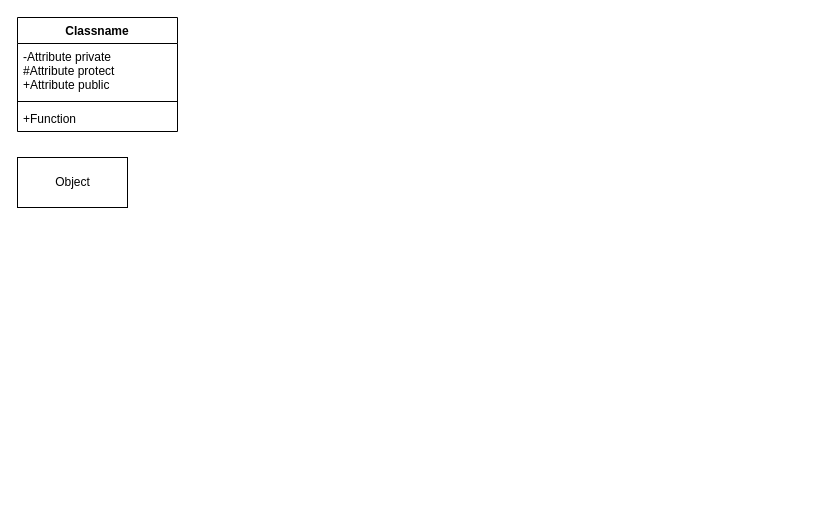
Earlier version of the draw.io diagram page "Class diagram" (2 of 2) of Untitled Diagram.drawio (SathapatS/test). Source tidied: cells renumbered, new cells numbered last; positions are measured from the earlier drawing's top-left corner, leaving out a move shared by most shapes. Both pictures are drawn from the tidied source at 100%, with x=0, y=0 at pixel (17, 17).
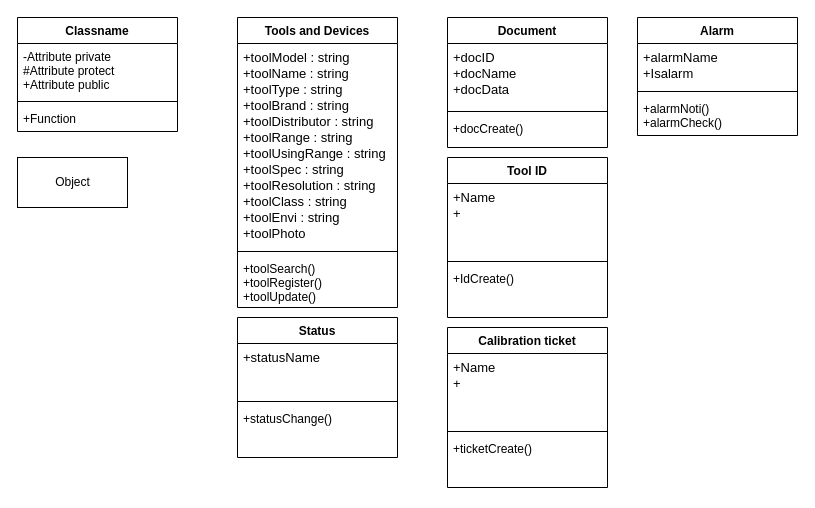
After the change.

Change to the diagram source:
```diff
@@
+    <mxCell id="7" value="Tools and Devices" style="swimlane;fontStyle=1;align=center;verticalAlign=top;horizontal=1;startSize=26;" parent="1" vertex="1">
+      <mxGeometry x="220" width="160" height="290" as="geometry" />
+    </mxCell>
+    <mxCell id="8" value="+toolModel : string&#10;+toolName : string&#10;+toolType : string&#10;+toolBrand : string &#10;+toolDistributor : string&#10;+toolRange : string&#10;+toolUsingRange : string&#10;+toolSpec : string&#10;+toolResolution : string&#10;+toolClass : string&#10;+toolEnvi : string&#10;+toolPhoto" style="text;strokeColor=none;fillColor=none;align=left;verticalAlign=top;spacingLeft=4;spacingRight=4;overflow=hidden;fontSize=13;" parent="7" vertex="1">
+      <mxGeometry y="26" width="160" height="204" as="geometry" />
+    </mxCell>
+    <mxCell id="9" style="line;strokeWidth=1;fillColor=none;align=left;verticalAlign=middle;spacingTop=-1;spacingLeft=3;spacingRight=3;labelPosition=right;" parent="7" vertex="1">
+      <mxGeometry y="230" width="160" height="8" as="geometry" />
+    </mxCell>
+    <mxCell id="10" value="+toolSearch()&#10;+toolRegister()&#10;+toolUpdate()&#10;" style="text;strokeColor=none;fillColor=none;align=left;verticalAlign=top;spacingLeft=4;spacingRight=4;overflow=hidden;" parent="7" vertex="1">
+      <mxGeometry y="238" width="160" height="52" as="geometry" />
+    </mxCell>
+    <mxCell id="11" value="Document" style="swimlane;fontStyle=1;align=center;verticalAlign=top;horizontal=1;startSize=26;" parent="1" vertex="1">
+      <mxGeometry x="430" width="160" height="130" as="geometry" />
+    </mxCell>
+    <mxCell id="12" value="+docID&#10;+docName&#10;+docData" style="text;strokeColor=none;fillColor=none;align=left;verticalAlign=top;spacingLeft=4;spacingRight=4;overflow=hidden;fontSize=13;" parent="11" vertex="1">
+      <mxGeometry y="26" width="160" height="64" as="geometry" />
+    </mxCell>
+    <mxCell id="13" style="line;strokeWidth=1;fillColor=none;align=left;verticalAlign=middle;spacingTop=-1;spacingLeft=3;spacingRight=3;labelPosition=right;" parent="11" vertex="1">
+      <mxGeometry y="90" width="160" height="8" as="geometry" />
+    </mxCell>
+    <mxCell id="14" value="+docCreate()&#10;&#10;" style="text;strokeColor=none;fillColor=none;align=left;verticalAlign=top;spacingLeft=4;spacingRight=4;overflow=hidden;" parent="11" vertex="1">
+      <mxGeometry y="98" width="160" height="32" as="geometry" />
+    </mxCell>
+    <mxCell id="15" value="Alarm" style="swimlane;fontStyle=1;align=center;verticalAlign=top;horizontal=1;startSize=26;" parent="1" vertex="1">
+      <mxGeometry x="620" width="160" height="118" as="geometry" />
+    </mxCell>
+    <mxCell id="16" value="+alarmName&#10;+Isalarm" style="text;strokeColor=none;fillColor=none;align=left;verticalAlign=top;spacingLeft=4;spacingRight=4;overflow=hidden;fontSize=13;" parent="15" vertex="1">
+      <mxGeometry y="26" width="160" height="44" as="geometry" />
+    </mxCell>
+    <mxCell id="17" style="line;strokeWidth=1;fillColor=none;align=left;verticalAlign=middle;spacingTop=-1;spacingLeft=3;spacingRight=3;labelPosition=right;" parent="15" vertex="1">
+      <mxGeometry y="70" width="160" height="8" as="geometry" />
+    </mxCell>
+    <mxCell id="18" value="+alarmNoti()&#10;+alarmCheck()" style="text;strokeColor=none;fillColor=none;align=left;verticalAlign=top;spacingLeft=4;spacingRight=4;overflow=hidden;" parent="15" vertex="1">
+      <mxGeometry y="78" width="160" height="40" as="geometry" />
+    </mxCell>
+    <mxCell id="19" value="Status" style="swimlane;fontStyle=1;align=center;verticalAlign=top;horizontal=1;startSize=26;" parent="1" vertex="1">
+      <mxGeometry x="220" y="300" width="160" height="140" as="geometry" />
+    </mxCell>
+    <mxCell id="20" value="+statusName" style="text;strokeColor=none;fillColor=none;align=left;verticalAlign=top;spacingLeft=4;spacingRight=4;overflow=hidden;fontSize=13;" parent="19" vertex="1">
+      <mxGeometry y="26" width="160" height="54" as="geometry" />
+    </mxCell>
+    <mxCell id="21" style="line;strokeWidth=1;fillColor=none;align=left;verticalAlign=middle;spacingTop=-1;spacingLeft=3;spacingRight=3;labelPosition=right;" parent="19" vertex="1">
+      <mxGeometry y="80" width="160" height="8" as="geometry" />
+    </mxCell>
+    <mxCell id="22" value="+statusChange()" style="text;strokeColor=none;fillColor=none;align=left;verticalAlign=top;spacingLeft=4;spacingRight=4;overflow=hidden;" parent="19" vertex="1">
+      <mxGeometry y="88" width="160" height="52" as="geometry" />
+    </mxCell>
+    <mxCell id="23" value="Tool ID" style="swimlane;fontStyle=1;align=center;verticalAlign=top;horizontal=1;startSize=26;" parent="1" vertex="1">
+      <mxGeometry x="430" y="140" width="160" height="160" as="geometry" />
+    </mxCell>
+    <mxCell id="24" value="+Name&#10;+" style="text;strokeColor=none;fillColor=none;align=left;verticalAlign=top;spacingLeft=4;spacingRight=4;overflow=hidden;fontSize=13;" parent="23" vertex="1">
+      <mxGeometry y="26" width="160" height="74" as="geometry" />
+    </mxCell>
+    <mxCell id="25" style="line;strokeWidth=1;fillColor=none;align=left;verticalAlign=middle;spacingTop=-1;spacingLeft=3;spacingRight=3;labelPosition=right;" parent="23" vertex="1">
+      <mxGeometry y="100" width="160" height="8" as="geometry" />
+    </mxCell>
+    <mxCell id="26" value="+IdCreate()" style="text;strokeColor=none;fillColor=none;align=left;verticalAlign=top;spacingLeft=4;spacingRight=4;overflow=hidden;" parent="23" vertex="1">
+      <mxGeometry y="108" width="160" height="52" as="geometry" />
+    </mxCell>
+    <mxCell id="27" value="Calibration ticket" style="swimlane;fontStyle=1;align=center;verticalAlign=top;horizontal=1;startSize=26;" parent="1" vertex="1">
+      <mxGeometry x="430" y="310" width="160" height="160" as="geometry" />
+    </mxCell>
+    <mxCell id="28" value="+Name&#10;+" style="text;strokeColor=none;fillColor=none;align=left;verticalAlign=top;spacingLeft=4;spacingRight=4;overflow=hidden;fontSize=13;" parent="27" vertex="1">
+      <mxGeometry y="26" width="160" height="74" as="geometry" />
+    </mxCell>
+    <mxCell id="29" style="line;strokeWidth=1;fillColor=none;align=left;verticalAlign=middle;spacingTop=-1;spacingLeft=3;spacingRight=3;labelPosition=right;" parent="27" vertex="1">
+      <mxGeometry y="100" width="160" height="8" as="geometry" />
+    </mxCell>
+    <mxCell id="30" value="+ticketCreate()" style="text;strokeColor=none;fillColor=none;align=left;verticalAlign=top;spacingLeft=4;spacingRight=4;overflow=hidden;" parent="27" vertex="1">
+      <mxGeometry y="108" width="160" height="52" as="geometry" />
+    </mxCell>
```
